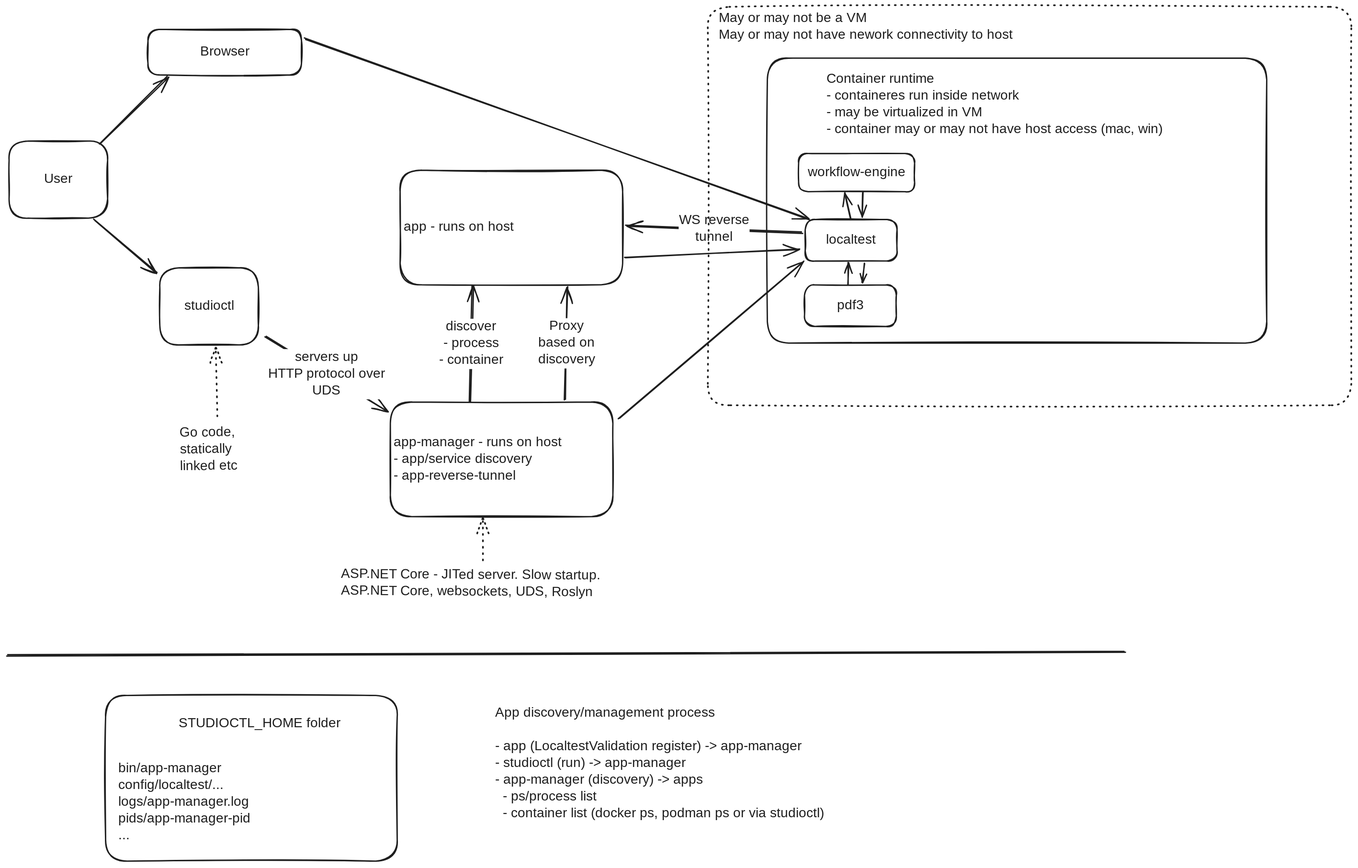
Earlier version of the Excalidraw export docs/diagrams/studioctl.excalidraw.svg (jonny5203/altinn-studio). Source tidied: one line per element, renumbered; positions are measured from the earlier drawing's top-left corner, leaving out a move shared by most shapes. Source of this version:
```json
{"id": 0, "type": "rectangle", "strokeColor": "#1e1e1e", "strokeWidth": 2, "strokeStyle": "dotted", "roughness": 1, "round": true, "x": 1044, "y": 0, "width": 960, "height": 594}
{"id": 1, "type": "text", "text": "  May or may not be a VM\n  May or may not have nework connectivity to host", "strokeColor": "#1e1e1e", "strokeWidth": 2, "strokeStyle": "dotted", "roughness": 1, "fontSize": 20, "fontFamily": 5, "inside": 0, "x": 1049, "y": 5, "width": 502, "height": 50}
{"id": 2, "type": "rectangle", "strokeColor": "#1e1e1e", "strokeWidth": 2, "roughness": 1, "round": true, "x": 227, "y": 389, "width": 147, "height": 115}
{"id": 3, "type": "text", "text": "studioctl", "strokeColor": "#1e1e1e", "strokeWidth": 2, "roughness": 1, "fontSize": 20, "fontFamily": 5, "textAlign": "center", "verticalAlign": "middle", "inside": 2, "x": 257, "y": 434, "width": 87, "height": 25}
{"id": 4, "type": "rectangle", "strokeColor": "#1e1e1e", "strokeWidth": 2, "roughness": 1, "round": true, "x": 146, "y": 1027, "width": 435, "height": 247}
{"id": 5, "type": "text", "text": "STUDIOCTL_HOME folder", "strokeColor": "#1e1e1e", "strokeWidth": 2, "roughness": 1, "fontSize": 20, "fontFamily": 5, "x": 255, "y": 1058, "width": 262, "height": 25}
{"id": 6, "type": "text", "text": "bin/app-manager\nconfig/localtest/...\nlogs/app-manager.log\npids/app-manager-pid\n...", "strokeColor": "#1e1e1e", "strokeWidth": 2, "roughness": 1, "fontSize": 20, "fontFamily": 5, "x": 165, "y": 1125, "width": 203, "height": 125}
{"id": 7, "type": "text", "text": "Go code,\nstatically\nlinked etc", "strokeColor": "#1e1e1e", "angle": 6.27, "strokeWidth": 2, "roughness": 1, "fontSize": 20, "fontFamily": 5, "x": 257, "y": 623, "width": 115, "height": 75}
{"id": 8, "type": "arrow", "strokeColor": "#1e1e1e", "strokeWidth": 2, "strokeStyle": "dotted", "roughness": 1, "endArrowhead": "arrow", "round": true, "from": 7, "to": 2, "x": 312, "y": 612, "width": 1, "height": 105, "points": [[0, 0], [-1, -105]]}
{"id": 9, "type": "rectangle", "strokeColor": "#1e1e1e", "strokeWidth": 2, "roughness": 1, "round": true, "x": 571, "y": 590, "width": 332, "height": 171}
{"id": 10, "type": "text", "text": "app-manager - runs on host\n- app/service discovery\n- app-reverse-tunnel", "strokeColor": "#1e1e1e", "strokeWidth": 2, "roughness": 1, "fontSize": 20, "fontFamily": 5, "verticalAlign": "middle", "inside": 9, "x": 576, "y": 638, "width": 267, "height": 75}
{"id": 11, "type": "arrow", "strokeColor": "#1e1e1e", "strokeWidth": 2, "roughness": 1, "endArrowhead": "arrow", "round": true, "from": 2, "to": 9, "x": 384, "y": 492, "width": 182, "height": 112, "points": [[0, 0], [182, 112]]}
{"id": 12, "type": "text", "text": "servers up\nHTTP protocol over\nUDS", "strokeColor": "#1e1e1e", "strokeWidth": 2, "roughness": 1, "fontSize": 20, "fontFamily": 5, "textAlign": "center", "verticalAlign": "middle", "inside": 11, "x": 407, "y": 475, "width": 198, "height": 75}
{"id": 13, "type": "text", "text": "ASP.NET Core - JITed server. Slow startup.\nASP.NET Core, websockets, UDS, Roslyn", "strokeColor": "#1e1e1e", "angle": 0.01, "strokeWidth": 2, "roughness": 1, "fontSize": 20, "fontFamily": 5, "x": 497, "y": 836, "width": 478, "height": 50}
{"id": 14, "type": "arrow", "strokeColor": "#1e1e1e", "strokeWidth": 2, "strokeStyle": "dotted", "roughness": 1, "endArrowhead": "arrow", "round": true, "from": 13, "to": 9, "x": 709, "y": 826, "width": 0, "height": 64, "points": [[0, 0], [0, -64]]}
{"id": 15, "type": "rectangle", "strokeColor": "#1e1e1e", "strokeWidth": 2, "roughness": 1, "round": true, "x": 1133, "y": 77, "width": 745, "height": 425}
{"id": 16, "type": "text", "text": "Container runtime\n- containeres run inside network\n- may be virtualized in VM\n- container may or may not have host access (mac, win)", "strokeColor": "#1e1e1e", "strokeWidth": 2, "roughness": 1, "fontSize": 20, "fontFamily": 5, "x": 1221, "y": 96, "width": 542, "height": 100}
{"id": 17, "type": "rectangle", "strokeColor": "#1e1e1e", "strokeWidth": 2, "roughness": 1, "round": true, "x": 585, "y": 244, "width": 332, "height": 171}
{"id": 18, "type": "text", "text": "app - runs on host", "strokeColor": "#1e1e1e", "strokeWidth": 2, "roughness": 1, "fontSize": 20, "fontFamily": 5, "verticalAlign": "middle", "inside": 17, "x": 590, "y": 317, "width": 182, "height": 25}
{"id": 19, "type": "rectangle", "strokeColor": "#1e1e1e", "strokeWidth": 2, "roughness": 1, "round": true, "x": 1190, "y": 317, "width": 137, "height": 62}
{"id": 20, "type": "text", "text": "localtest", "strokeColor": "#1e1e1e", "strokeWidth": 2, "roughness": 1, "fontSize": 20, "fontFamily": 5, "textAlign": "center", "verticalAlign": "middle", "inside": 19, "x": 1215, "y": 336, "width": 86, "height": 25}
{"id": 21, "type": "rectangle", "strokeColor": "#1e1e1e", "strokeWidth": 2, "roughness": 1, "round": true, "x": 1189, "y": 415, "width": 137, "height": 62}
{"id": 22, "type": "text", "text": "pdf3", "strokeColor": "#1e1e1e", "strokeWidth": 2, "roughness": 1, "fontSize": 20, "fontFamily": 5, "textAlign": "center", "verticalAlign": "middle", "inside": 21, "x": 1235, "y": 433, "width": 45, "height": 25}
{"id": 23, "type": "arrow", "strokeColor": "#1e1e1e", "strokeWidth": 2, "roughness": 1, "endArrowhead": "arrow", "round": true, "from": 21, "to": 19, "x": 1253, "y": 414, "width": 0, "height": 33, "points": [[0, 0], [0, -33]]}
{"id": 24, "type": "arrow", "strokeColor": "#1e1e1e", "strokeWidth": 2, "roughness": 1, "endArrowhead": "arrow", "round": true, "from": 19, "to": 17, "x": 1185, "y": 337, "width": 262, "height": 11, "points": [[0, 0], [-262, -11]]}
{"id": 25, "type": "text", "text": "WS reverse\ntunnel", "strokeColor": "#1e1e1e", "strokeWidth": 2, "roughness": 1, "fontSize": 20, "fontFamily": 5, "textAlign": "center", "verticalAlign": "middle", "inside": 24, "x": 1013, "y": 290, "width": 106, "height": 50}
{"id": 26, "type": "rectangle", "strokeColor": "#1e1e1e", "strokeWidth": 2, "roughness": 1, "round": true, "x": 209, "y": 34, "width": 229, "height": 68}
{"id": 27, "type": "text", "text": "Browser", "strokeColor": "#1e1e1e", "strokeWidth": 2, "roughness": 1, "fontSize": 20, "fontFamily": 5, "textAlign": "center", "verticalAlign": "middle", "inside": 26, "x": 284, "y": 55, "width": 79, "height": 25}
{"id": 28, "type": "arrow", "strokeColor": "#1e1e1e", "strokeWidth": 2, "roughness": 1, "endArrowhead": "arrow", "round": true, "from": 26, "to": 19, "x": 443, "y": 47, "width": 753, "height": 270, "points": [[0, 0], [753, 270]]}
{"id": 29, "type": "arrow", "strokeColor": "#1e1e1e", "strokeWidth": 2, "roughness": 1, "endArrowhead": "arrow", "round": true, "from": 9, "to": 17, "x": 689, "y": 589, "width": 4, "height": 173, "points": [[0, 0], [4, -173]]}
{"id": 30, "type": "text", "text": "discover\n- process\n- container", "strokeColor": "#1e1e1e", "strokeWidth": 2, "roughness": 1, "fontSize": 20, "fontFamily": 5, "textAlign": "center", "verticalAlign": "middle", "inside": 29, "x": 726, "y": 407, "width": 106, "height": 75}
{"id": 31, "type": "arrow", "strokeColor": "#1e1e1e", "strokeWidth": 2, "roughness": 1, "endArrowhead": "arrow", "round": true, "from": 9, "to": 19, "x": 911, "y": 614, "width": 277, "height": 235, "points": [[0, 0], [277, -235]]}
{"id": 32, "type": "arrow", "strokeColor": "#1e1e1e", "strokeWidth": 2, "roughness": 1, "endArrowhead": "arrow", "round": true, "from": 9, "to": 17, "x": 831, "y": 586, "width": 5, "height": 168, "points": [[0, 0], [5, -168]]}
{"id": 33, "type": "text", "text": "Proxy\nbased on\ndiscovery", "strokeColor": "#1e1e1e", "strokeWidth": 2, "roughness": 1, "fontSize": 20, "fontFamily": 5, "textAlign": "center", "verticalAlign": "middle", "inside": 32, "x": 825, "y": 421, "width": 90, "height": 75}
{"id": 34, "type": "text", "text": "App discovery/management process\n\n- app (LocaltestValidation register) -> app-manager\n- studioctl (run) -> app-manager\n- app-manager (discovery) -> apps\n  - ps/process list\n  - container list (docker ps, podman ps or via studioctl)", "strokeColor": "#1e1e1e", "strokeWidth": 2, "roughness": 1, "fontSize": 20, "fontFamily": 5, "x": 727, "y": 1042, "width": 551, "height": 175}
{"id": 35, "type": "rectangle", "strokeColor": "#1e1e1e", "strokeWidth": 2, "roughness": 1, "round": true, "x": 1180, "y": 219, "width": 173, "height": 57}
{"id": 36, "type": "text", "text": "workflow-engine", "strokeColor": "#1e1e1e", "strokeWidth": 2, "roughness": 1, "fontSize": 20, "fontFamily": 5, "textAlign": "center", "verticalAlign": "middle", "inside": 35, "x": 1191, "y": 235, "width": 152, "height": 25}
{"id": 37, "type": "arrow", "strokeColor": "#1e1e1e", "strokeWidth": 2, "roughness": 1, "endArrowhead": "arrow", "round": true, "from": 17, "to": 19, "x": 922, "y": 374, "width": 259, "height": 11, "points": [[0, 0], [259, -11]]}
{"id": 38, "type": "arrow", "strokeColor": "#1e1e1e", "strokeWidth": 2, "roughness": 1, "endArrowhead": "arrow", "round": true, "from": 19, "to": 35, "x": 1258, "y": 317, "width": 9, "height": 40, "points": [[0, 0], [-9, -40]]}
{"id": 39, "type": "rectangle", "strokeColor": "#1e1e1e", "strokeWidth": 2, "roughness": 1, "round": true, "x": 2, "y": 200, "width": 147, "height": 115}
{"id": 40, "type": "text", "text": "User", "strokeColor": "#1e1e1e", "strokeWidth": 2, "roughness": 1, "fontSize": 20, "fontFamily": 5, "textAlign": "center", "verticalAlign": "middle", "inside": 39, "x": 53, "y": 245, "width": 44, "height": 25}
{"id": 41, "type": "arrow", "strokeColor": "#1e1e1e", "strokeWidth": 2, "roughness": 1, "endArrowhead": "arrow", "round": true, "from": 39, "to": 26, "x": 138, "y": 204, "width": 101, "height": 101, "points": [[0, 0], [101, -101]]}
{"id": 42, "type": "arrow", "strokeColor": "#1e1e1e", "strokeWidth": 2, "roughness": 1, "endArrowhead": "arrow", "round": true, "from": 39, "to": 2, "x": 129, "y": 318, "width": 93, "height": 79, "points": [[0, 0], [93, 79]]}
{"id": 43, "type": "arrow", "strokeColor": "#1e1e1e", "strokeWidth": 2, "roughness": 1, "endArrowhead": "arrow", "round": true, "from": 35, "to": 19, "x": 1276, "y": 277, "width": 2, "height": 37, "points": [[0, 0], [-2, 37]]}
{"id": 44, "type": "arrow", "strokeColor": "#1e1e1e", "strokeWidth": 2, "roughness": 1, "endArrowhead": "arrow", "round": true, "from": 19, "to": 21, "x": 1278, "y": 383, "width": 3, "height": 28, "points": [[0, 0], [-3, 28]]}
{"id": 45, "type": "line", "strokeColor": "#1e1e1e", "strokeWidth": 2, "roughness": 1, "round": true, "x": 0, "y": 968, "width": 1667, "height": 6, "points": [[0, 0], [1667, -6]]}
```
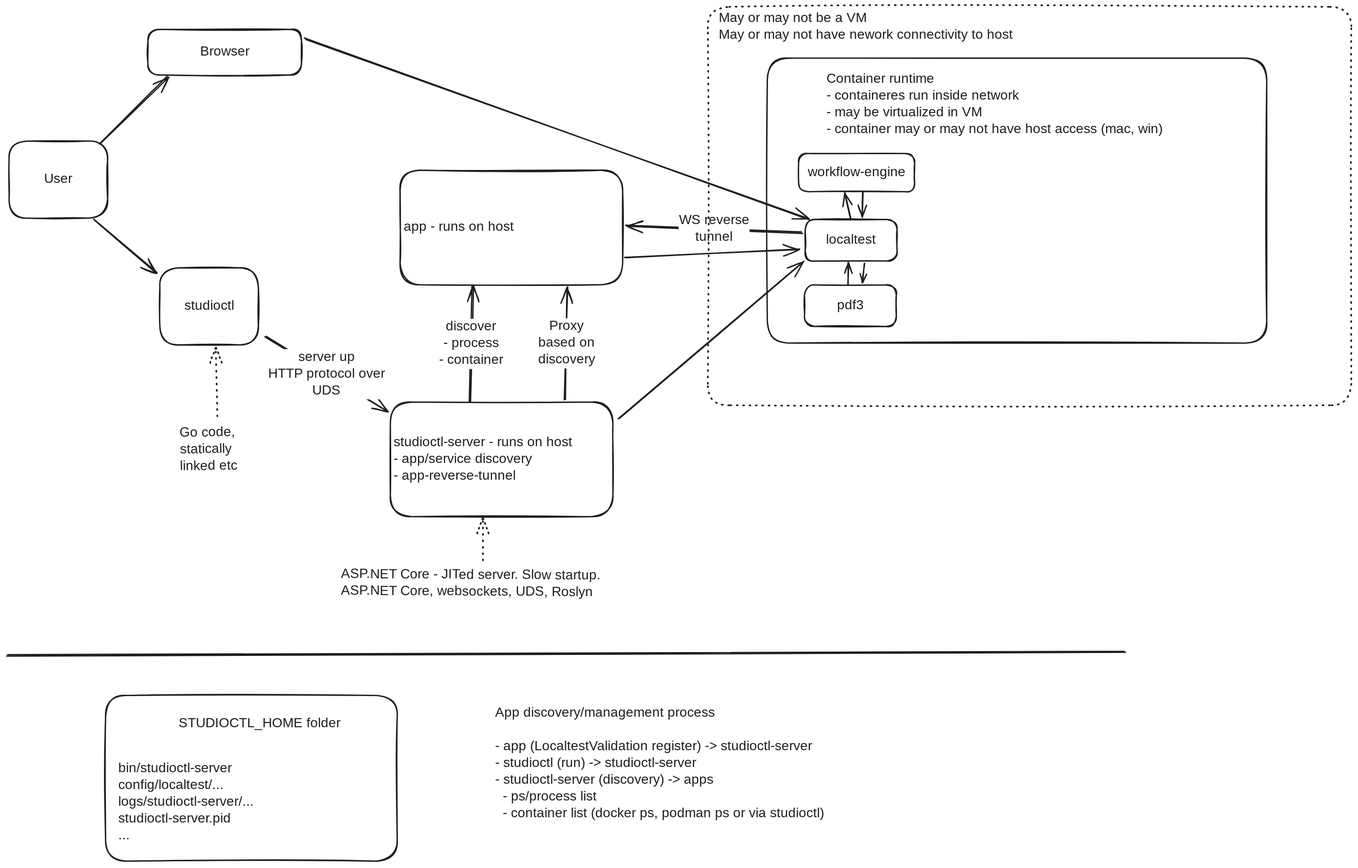
After the change.

Change to the diagram source:
```diff
@@ -4,13 +4,13 @@
 {"id": 3, "type": "text", "text": "studioctl", "strokeColor": "#1e1e1e", "strokeWidth": 2, "roughness": 1, "fontSize": 20, "fontFamily": 5, "textAlign": "center", "verticalAlign": "middle", "inside": 2, "x": 257, "y": 434, "width": 87, "height": 25}
 {"id": 4, "type": "rectangle", "strokeColor": "#1e1e1e", "strokeWidth": 2, "roughness": 1, "round": true, "x": 146, "y": 1027, "width": 435, "height": 247}
 {"id": 5, "type": "text", "text": "STUDIOCTL_HOME folder", "strokeColor": "#1e1e1e", "strokeWidth": 2, "roughness": 1, "fontSize": 20, "fontFamily": 5, "x": 255, "y": 1058, "width": 262, "height": 25}
-{"id": 6, "type": "text", "text": "bin/app-manager\nconfig/localtest/...\nlogs/app-manager.log\npids/app-manager-pid\n...", "strokeColor": "#1e1e1e", "strokeWidth": 2, "roughness": 1, "fontSize": 20, "fontFamily": 5, "x": 165, "y": 1125, "width": 203, "height": 125}
+{"id": 6, "type": "text", "text": "bin/studioctl-server\nconfig/localtest/...\nlogs/studioctl-server/...\nstudioctl-server.pid\n...", "strokeColor": "#1e1e1e", "strokeWidth": 2, "roughness": 1, "fontSize": 20, "fontFamily": 5, "x": 165, "y": 1125, "width": 203, "height": 125}
 {"id": 7, "type": "text", "text": "Go code,\nstatically\nlinked etc", "strokeColor": "#1e1e1e", "angle": 6.27, "strokeWidth": 2, "roughness": 1, "fontSize": 20, "fontFamily": 5, "x": 257, "y": 623, "width": 115, "height": 75}
 {"id": 8, "type": "arrow", "strokeColor": "#1e1e1e", "strokeWidth": 2, "strokeStyle": "dotted", "roughness": 1, "endArrowhead": "arrow", "round": true, "from": 7, "to": 2, "x": 312, "y": 612, "width": 1, "height": 105, "points": [[0, 0], [-1, -105]]}
 {"id": 9, "type": "rectangle", "strokeColor": "#1e1e1e", "strokeWidth": 2, "roughness": 1, "round": true, "x": 571, "y": 590, "width": 332, "height": 171}
-{"id": 10, "type": "text", "text": "app-manager - runs on host\n- app/service discovery\n- app-reverse-tunnel", "strokeColor": "#1e1e1e", "strokeWidth": 2, "roughness": 1, "fontSize": 20, "fontFamily": 5, "verticalAlign": "middle", "inside": 9, "x": 576, "y": 638, "width": 267, "height": 75}
+{"id": 10, "type": "text", "text": "studioctl-server - runs on host\n- app/service discovery\n- app-reverse-tunnel", "strokeColor": "#1e1e1e", "strokeWidth": 2, "roughness": 1, "fontSize": 20, "fontFamily": 5, "verticalAlign": "middle", "inside": 9, "x": 576, "y": 638, "width": 267, "height": 75}
 {"id": 11, "type": "arrow", "strokeColor": "#1e1e1e", "strokeWidth": 2, "roughness": 1, "endArrowhead": "arrow", "round": true, "from": 2, "to": 9, "x": 384, "y": 492, "width": 182, "height": 112, "points": [[0, 0], [182, 112]]}
-{"id": 12, "type": "text", "text": "servers up\nHTTP protocol over\nUDS", "strokeColor": "#1e1e1e", "strokeWidth": 2, "roughness": 1, "fontSize": 20, "fontFamily": 5, "textAlign": "center", "verticalAlign": "middle", "inside": 11, "x": 407, "y": 475, "width": 198, "height": 75}
+{"id": 12, "type": "text", "text": "server up\nHTTP protocol over\nUDS", "strokeColor": "#1e1e1e", "strokeWidth": 2, "roughness": 1, "fontSize": 20, "fontFamily": 5, "textAlign": "center", "verticalAlign": "middle", "inside": 11, "x": 407, "y": 475, "width": 198, "height": 75}
 {"id": 13, "type": "text", "text": "ASP.NET Core - JITed server. Slow startup.\nASP.NET Core, websockets, UDS, Roslyn", "strokeColor": "#1e1e1e", "angle": 0.01, "strokeWidth": 2, "roughness": 1, "fontSize": 20, "fontFamily": 5, "x": 497, "y": 836, "width": 478, "height": 50}
 {"id": 14, "type": "arrow", "strokeColor": "#1e1e1e", "strokeWidth": 2, "strokeStyle": "dotted", "roughness": 1, "endArrowhead": "arrow", "round": true, "from": 13, "to": 9, "x": 709, "y": 826, "width": 0, "height": 64, "points": [[0, 0], [0, -64]]}
 {"id": 15, "type": "rectangle", "strokeColor": "#1e1e1e", "strokeWidth": 2, "roughness": 1, "round": true, "x": 1133, "y": 77, "width": 745, "height": 425}
@@ -32,7 +32,7 @@
 {"id": 31, "type": "arrow", "strokeColor": "#1e1e1e", "strokeWidth": 2, "roughness": 1, "endArrowhead": "arrow", "round": true, "from": 9, "to": 19, "x": 911, "y": 614, "width": 277, "height": 235, "points": [[0, 0], [277, -235]]}
 {"id": 32, "type": "arrow", "strokeColor": "#1e1e1e", "strokeWidth": 2, "roughness": 1, "endArrowhead": "arrow", "round": true, "from": 9, "to": 17, "x": 831, "y": 586, "width": 5, "height": 168, "points": [[0, 0], [5, -168]]}
 {"id": 33, "type": "text", "text": "Proxy\nbased on\ndiscovery", "strokeColor": "#1e1e1e", "strokeWidth": 2, "roughness": 1, "fontSize": 20, "fontFamily": 5, "textAlign": "center", "verticalAlign": "middle", "inside": 32, "x": 825, "y": 421, "width": 90, "height": 75}
-{"id": 34, "type": "text", "text": "App discovery/management process\n\n- app (LocaltestValidation register) -> app-manager\n- studioctl (run) -> app-manager\n- app-manager (discovery) -> apps\n  - ps/process list\n  - container list (docker ps, podman ps or via studioctl)", "strokeColor": "#1e1e1e", "strokeWidth": 2, "roughness": 1, "fontSize": 20, "fontFamily": 5, "x": 727, "y": 1042, "width": 551, "height": 175}
+{"id": 34, "type": "text", "text": "App discovery/management process\n\n- app (LocaltestValidation register) -> studioctl-server\n- studioctl (run) -> studioctl-server\n- studioctl-server (discovery) -> apps\n  - ps/process list\n  - container list (docker ps, podman ps or via studioctl)", "strokeColor": "#1e1e1e", "strokeWidth": 2, "roughness": 1, "fontSize": 20, "fontFamily": 5, "x": 727, "y": 1042, "width": 551, "height": 175}
 {"id": 35, "type": "rectangle", "strokeColor": "#1e1e1e", "strokeWidth": 2, "roughness": 1, "round": true, "x": 1180, "y": 219, "width": 173, "height": 57}
 {"id": 36, "type": "text", "text": "workflow-engine", "strokeColor": "#1e1e1e", "strokeWidth": 2, "roughness": 1, "fontSize": 20, "fontFamily": 5, "textAlign": "center", "verticalAlign": "middle", "inside": 35, "x": 1191, "y": 235, "width": 152, "height": 25}
 {"id": 37, "type": "arrow", "strokeColor": "#1e1e1e", "strokeWidth": 2, "roughness": 1, "endArrowhead": "arrow", "round": true, "from": 17, "to": 19, "x": 922, "y": 374, "width": 259, "height": 11, "points": [[0, 0], [259, -11]]}
```
